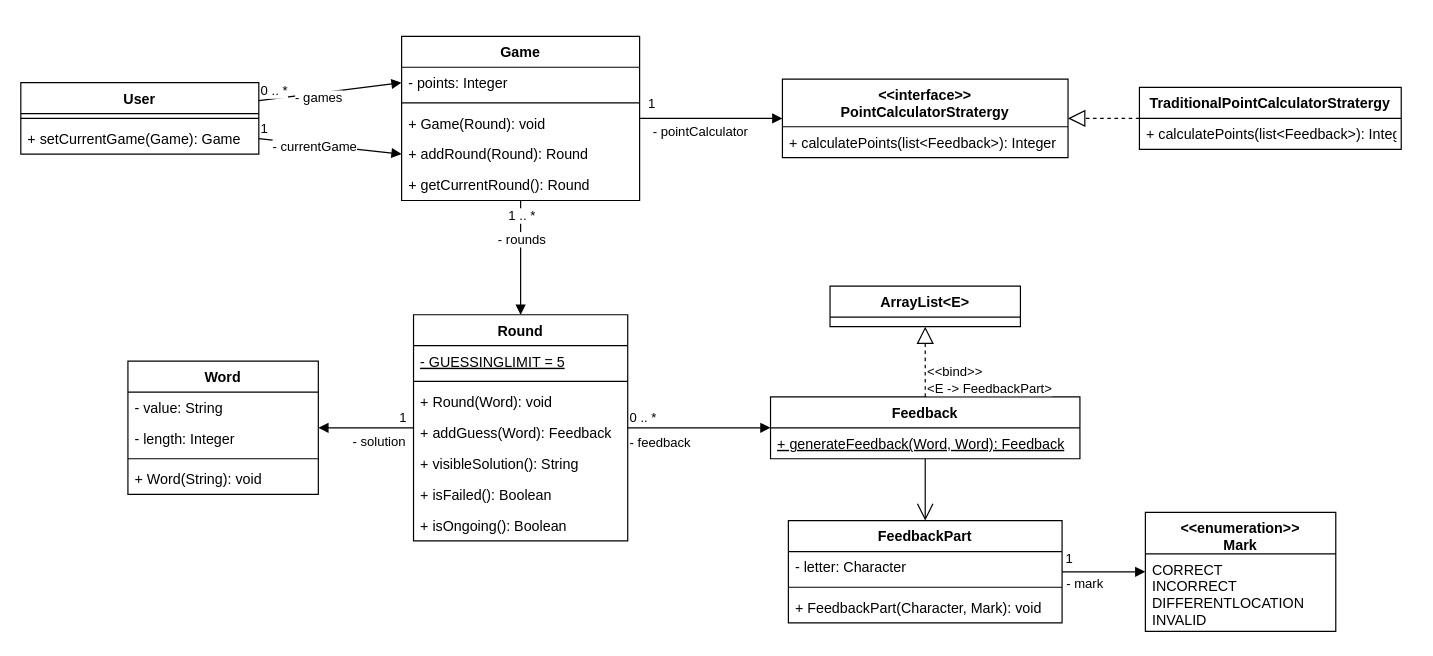
This is documentatie/lingo.drawio from kaasbroodju/cisq1-lingo, a draw.io file, before an edit. Source tidied: cells renumbered, new cells numbered last; positions are measured from the earlier drawing's top-left corner, leaving out a move shared by most shapes. Both pictures are drawn from the tidied source at 119%, with x=0, y=0 at pixel (20, 36).
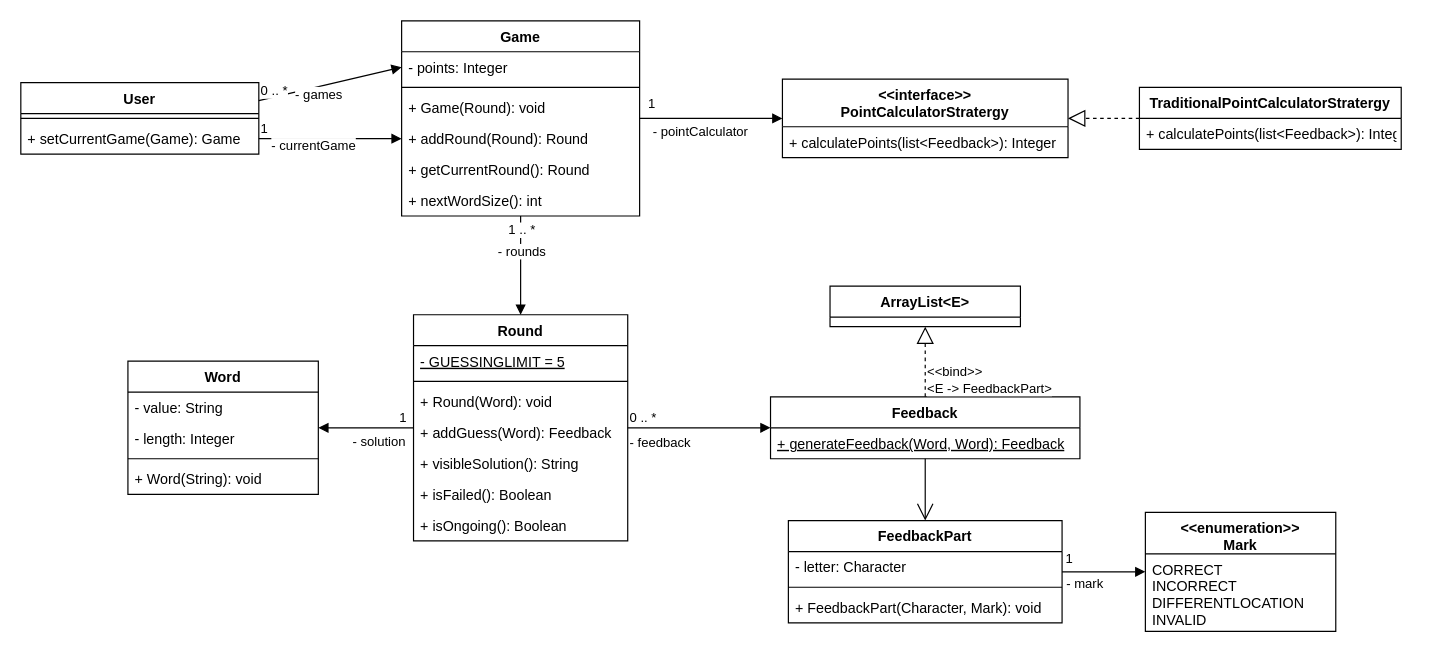
The same page after the edit.

Change to the diagram source:
```diff
@@
     <mxCell id="7" value="Game" style="swimlane;fontStyle=1;align=center;verticalAlign=top;horizontal=1;startSize=26;" parent="1" vertex="1">
-      <mxGeometry x="320" width="200" height="138" as="geometry" />
+      <mxGeometry x="320" y="-13" width="200" height="164" as="geometry" />
     </mxCell>
@@
+    <mxCell id="59" value="+ nextWordSize(): int" style="text;strokeColor=none;fillColor=none;align=left;verticalAlign=top;spacingLeft=4;spacingRight=4;overflow=hidden;" parent="7" vertex="1">
+      <mxGeometry y="138" width="200" height="26" as="geometry" />
+    </mxCell>
```
